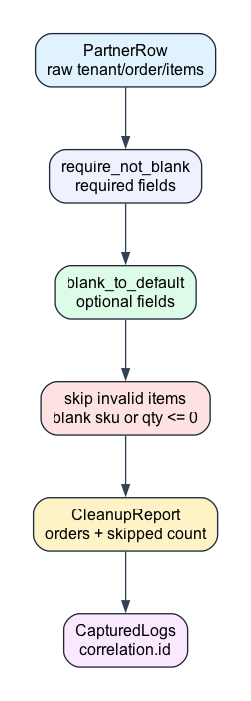
bluetape4k/bluetape-rs-workshop keeps this Graphviz diagram as docs/images/readme-diagrams/example-foundation-order-cleanup.png. Above is the earlier version. Its source is kept beside it as docs/images/readme-diagrams/example-foundation-order-cleanup.dot. Source of this version:
```dot
digraph "foundation-order-cleanup flow" {
  graph [rankdir=TB, bgcolor="white", pad="0.35", nodesep="0.55", ranksep="0.65"];
  node [shape=box, style="rounded,filled", fontname="Arial", fontsize=12, margin="0.12,0.08", color="#1f2937", fillcolor="#f8fafc"];
  edge [fontname="Arial", fontsize=10, color="#334155", arrowsize=0.8];

  row [label="PartnerRow\nraw tenant/order/items", fillcolor="#e0f2fe"];
  validate [label="require_not_blank\nrequired fields", fillcolor="#eef2ff"];
  normalize [label="blank_to_default\noptional fields", fillcolor="#dcfce7"];
  skip [label="skip invalid items\nblank sku or qty <= 0", fillcolor="#fee2e2"];
  report [label="CleanupReport\norders + skipped count", fillcolor="#fef3c7"];
  logs [label="CapturedLogs\ncorrelation.id", fillcolor="#fae8ff"];

  row -> validate;
  validate -> normalize;
  normalize -> skip;
  skip -> report;
  report -> logs;
}
```
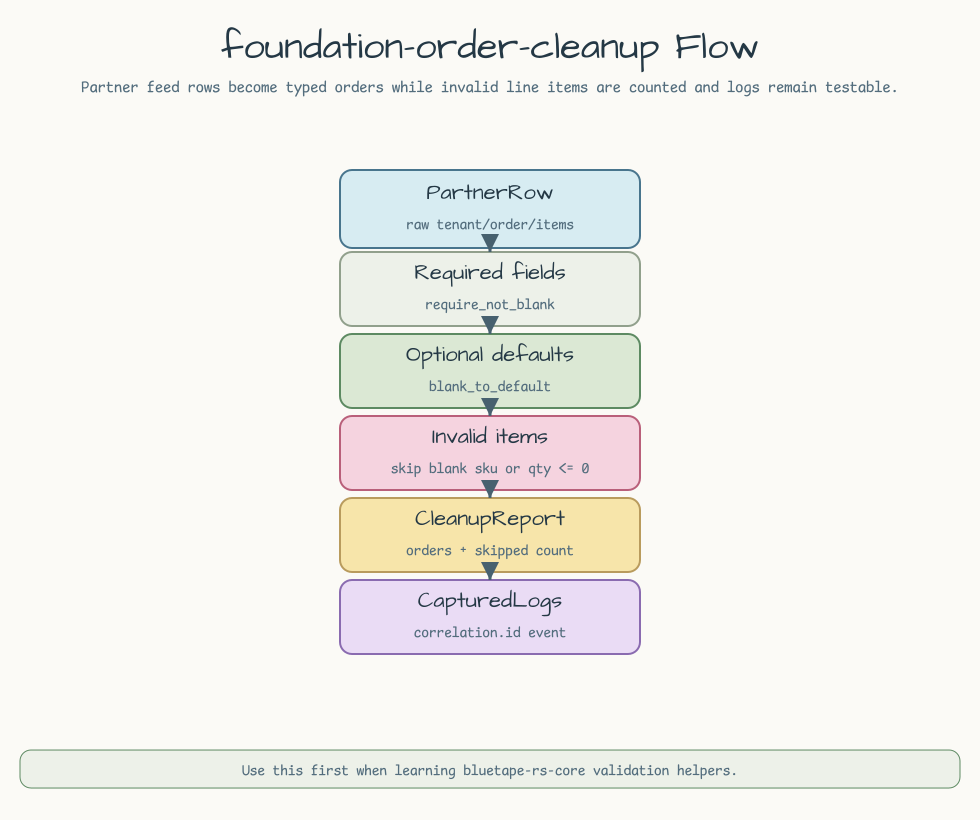
The same file after the commit.

Diff of the diagram source:
```diff
@@ -1,18 +1,16 @@
-digraph "foundation-order-cleanup flow" {
-  graph [rankdir=TB, bgcolor="white", pad="0.35", nodesep="0.55", ranksep="0.65"];
-  node [shape=box, style="rounded,filled", fontname="Arial", fontsize=12, margin="0.12,0.08", color="#1f2937", fillcolor="#f8fafc"];
-  edge [fontname="Arial", fontsize=10, color="#334155", arrowsize=0.8];
-
-  row [label="PartnerRow\nraw tenant/order/items", fillcolor="#e0f2fe"];
-  validate [label="require_not_blank\nrequired fields", fillcolor="#eef2ff"];
-  normalize [label="blank_to_default\noptional fields", fillcolor="#dcfce7"];
-  skip [label="skip invalid items\nblank sku or qty <= 0", fillcolor="#fee2e2"];
-  report [label="CleanupReport\norders + skipped count", fillcolor="#fef3c7"];
-  logs [label="CapturedLogs\ncorrelation.id", fillcolor="#fae8ff"];
-
-  row -> validate;
-  validate -> normalize;
-  normalize -> skip;
-  skip -> report;
-  report -> logs;
+digraph "example-foundation-order-cleanup" {
+  graph [rankdir=LR, bgcolor="#fbfaf6", margin=0.2, nodesep=0.75, ranksep=0.9];
+  node [shape=box, style="rounded,filled", fontname="Architects Daughter", fontsize=18, color="#48758d", fillcolor="#d7ecf2"];
+  edge [fontname="Comic Mono", fontsize=11, color="#47616f", fontcolor="#35505f", penwidth=2];
+  step0 [label="PartnerRow\nraw tenant/order/items", fillcolor="#d7ecf2", color="#48758d"];
+  step1 [label="Required fields\nrequire_not_blank", fillcolor="#edf1e9", color="#91a08c"];
+  step2 [label="Optional defaults\nblank_to_default", fillcolor="#dbe8d4", color="#5d8a62"];
+  step3 [label="Invalid items\nskip blank sku or qty <= 0", fillcolor="#f5d3df", color="#b95f7a"];
+  step4 [label="CleanupReport\norders + skipped count", fillcolor="#f7e5aa", color="#b99b5d"];
+  step5 [label="CapturedLogs\ncorrelation.id event", fillcolor="#eadcf5", color="#8a6bb0"];
+  step0 -> step1 [label="", color="#47616f", fontcolor="#47616f"];
+  step1 -> step2 [label="", color="#47616f", fontcolor="#47616f"];
+  step2 -> step3 [label="", color="#47616f", fontcolor="#47616f"];
+  step3 -> step4 [label="", color="#47616f", fontcolor="#47616f"];
+  step4 -> step5 [label="", color="#47616f", fontcolor="#47616f"];
 }
```
